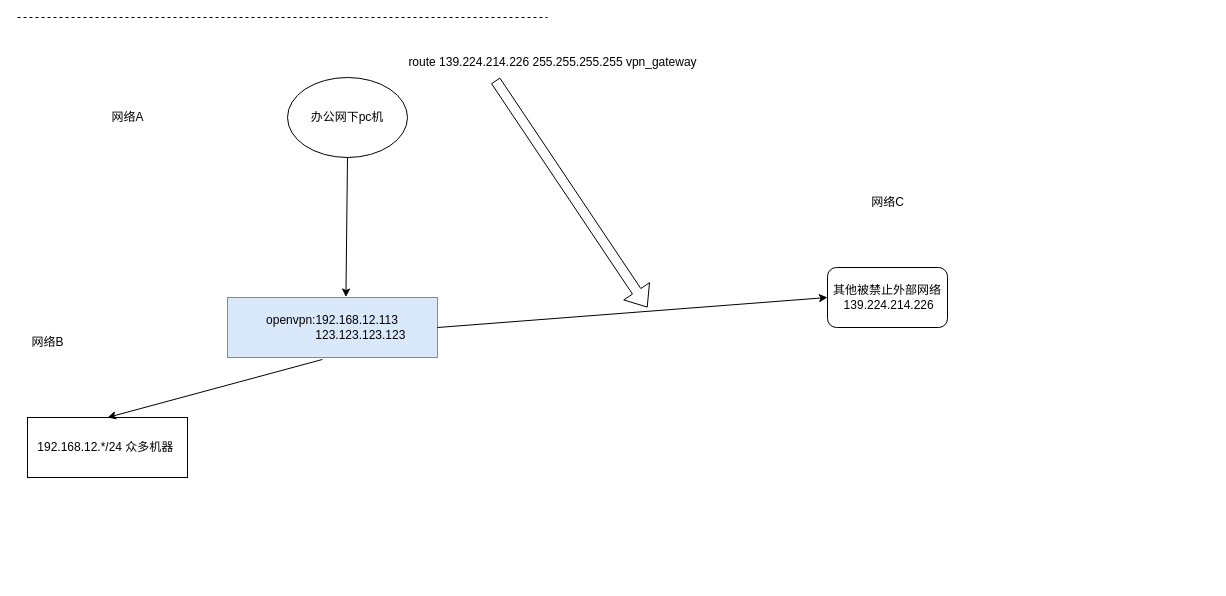
This is 跨地区打通网络图.drawio from HonyLiu/drawio-content, a draw.io file, before an edit. Source tidied: cells renumbered, new cells numbered last; positions are measured from the earlier drawing's top-left corner, leaving out a move shared by most shapes. Both pictures are drawn from the tidied source at 100%, with x=0, y=0 at pixel (17, 17).
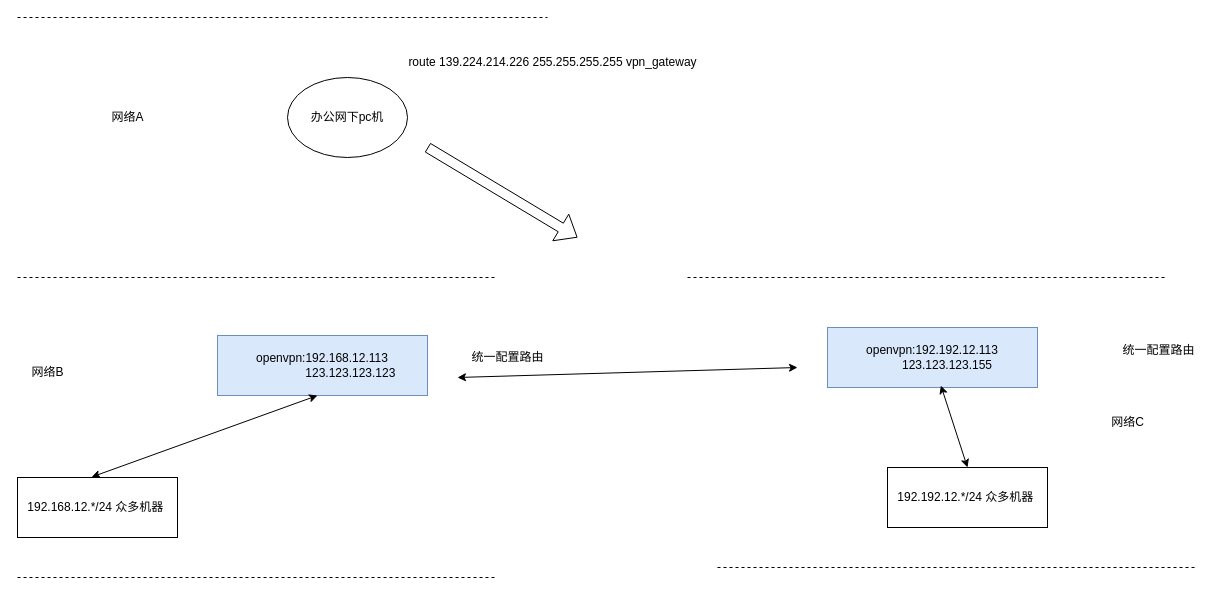
The same diagram, later.

Commit message (it also covers changes not shown here):
跨地区打通网络图.drawio

The change refers to these unchanged cells:
```xml
<mxCell id="3" value="办公网下pc机" style="ellipse;whiteSpace=wrap;html=1;" parent="1" vertex="1">
  <mxGeometry x="270" y="60" width="120" height="80" as="geometry" />
</mxCell>
<mxCell id="13" value="route&amp;nbsp;139.224.214.226&amp;nbsp;255.255.255.255 vpn_gateway" style="text;html=1;align=center;verticalAlign=middle;points=[];strokeColor=none;fillColor=none;" parent="1" vertex="1">
  <mxGeometry x="380" y="30" width="310" height="30" as="geometry" />
</mxCell>
```

Change to the diagram source:
```diff
@@
     <mxCell id="2" value="openvpn:192.168.12.113&lt;br&gt;&lt;span style=&quot;white-space: pre;&quot;&gt;&#9;&lt;/span&gt;&lt;span style=&quot;white-space: pre;&quot;&gt;&#9;&lt;/span&gt;&amp;nbsp;123.123.123.123" style="rounded=0;whiteSpace=wrap;html=1;fillColor=#dae8fc;strokeColor=#6c8ebf;" parent="1" vertex="1">
-      <mxGeometry x="210" y="280" width="210" height="60" as="geometry" />
+      <mxGeometry x="200" y="318" width="210" height="60" as="geometry" />
     </mxCell>
@@
     <mxCell id="4" value="192.168.12.*/24 众多机器&amp;nbsp;" style="rounded=0;whiteSpace=wrap;html=1;" parent="1" vertex="1">
-      <mxGeometry x="10" y="400" width="160" height="60" as="geometry" />
+      <mxGeometry y="460" width="160" height="60" as="geometry" />
     </mxCell>
-    <mxCell id="5" value="其他被禁止外部网络&lt;br&gt;&amp;nbsp;139.224.214.226" style="rounded=1;whiteSpace=wrap;html=1;" parent="1" vertex="1">
-      <mxGeometry x="810" y="250" width="120" height="60" as="geometry" />
-    </mxCell>
-    <mxCell id="6" style="endArrow=classic;html=1;rounded=0;entryX=0.564;entryY=-0.008;entryDx=0;entryDy=0;entryPerimeter=0;exitX=0.5;exitY=1;exitDx=0;exitDy=0;" parent="1" edge="1" source="3" target="2">
-      <mxGeometry relative="1" as="geometry" />
-    </mxCell>
@@
     <mxCell id="9" value="网络B" style="text;html=1;align=center;verticalAlign=middle;strokeColor=none;fillColor=none;" parent="1" vertex="1">
-      <mxGeometry y="310" width="60" height="30" as="geometry" />
+      <mxGeometry y="340" width="60" height="30" as="geometry" />
     </mxCell>
     <mxCell id="10" value="网络C" style="text;html=1;align=center;verticalAlign=middle;strokeColor=none;fillColor=none;" parent="1" vertex="1">
-      <mxGeometry x="840" y="170" width="60" height="30" as="geometry" />
+      <mxGeometry x="1080" y="390" width="60" height="30" as="geometry" />
     </mxCell>
-    <mxCell id="11" style="endArrow=classic;html=1;rounded=0;entryX=0.5;entryY=0;entryDx=0;entryDy=0;exitX=0.452;exitY=1.033;exitDx=0;exitDy=0;exitPerimeter=0;" parent="1" edge="1" source="2" target="4">
-      <mxGeometry relative="1" as="geometry" />
-    </mxCell>
-    <mxCell id="12" style="endArrow=classic;html=1;rounded=0;entryX=0;entryY=0.5;entryDx=0;entryDy=0;exitX=1;exitY=0.5;exitDx=0;exitDy=0;" parent="1" edge="1" source="2" target="5">
-      <mxGeometry relative="1" as="geometry" />
-    </mxCell>
@@
-    <mxCell id="14" style="shape=flexArrow;endArrow=classic;html=1;rounded=0;exitX=0.316;exitY=1.1;exitDx=0;exitDy=0;exitPerimeter=0;" parent="1" edge="1" source="13">
-      <mxGeometry relative="1" as="geometry">
-        <mxPoint x="630" y="290" as="targetPoint" />
-      </mxGeometry>
-    </mxCell>
+    <mxCell id="15" value="openvpn:192.192.12.113&lt;br&gt;&lt;span style=&quot;&quot;&gt;&lt;span style=&quot;white-space: pre;&quot;&gt;&amp;nbsp;&amp;nbsp;&amp;nbsp;&amp;nbsp;&lt;/span&gt;&lt;/span&gt;&lt;span style=&quot;&quot;&gt;&lt;span style=&quot;white-space: pre;&quot;&gt;&amp;nbsp;&amp;nbsp;&amp;nbsp;&amp;nbsp;&lt;/span&gt;&lt;/span&gt;&amp;nbsp;123.123.123.155" style="rounded=0;whiteSpace=wrap;html=1;fillColor=#dae8fc;strokeColor=#6c8ebf;" parent="1" vertex="1">
+      <mxGeometry x="810" y="310" width="210" height="60" as="geometry" />
+    </mxCell>
+    <mxCell id="16" value="192.192.12.*/24 众多机器&amp;nbsp;" style="rounded=0;whiteSpace=wrap;html=1;" parent="1" vertex="1">
+      <mxGeometry x="870" y="450" width="160" height="60" as="geometry" />
+    </mxCell>
+    <mxCell id="17" style="endArrow=none;dashed=1;html=1;rounded=0;" parent="1" edge="1">
+      <mxGeometry relative="1" as="geometry">
+        <mxPoint x="670" y="260" as="sourcePoint" />
+        <mxPoint x="1150" y="260" as="targetPoint" />
+      </mxGeometry>
+    </mxCell>
+    <mxCell id="18" value="统一配置路由" style="text;html=1;align=center;verticalAlign=middle;strokeColor=none;fillColor=none;" parent="1" vertex="1">
+      <mxGeometry x="440" y="325" width="100" height="30" as="geometry" />
+    </mxCell>
+    <mxCell id="19" value="统一配置路由" style="text;html=1;align=center;verticalAlign=middle;strokeColor=none;fillColor=none;" parent="1" vertex="1">
+      <mxGeometry x="1091" y="318" width="100" height="30" as="geometry" />
+    </mxCell>
+    <mxCell id="20" style="endArrow=none;dashed=1;html=1;rounded=0;" parent="1" edge="1">
+      <mxGeometry relative="1" as="geometry">
+        <mxPoint x="700" y="550" as="sourcePoint" />
+        <mxPoint x="1180" y="550" as="targetPoint" />
+      </mxGeometry>
+    </mxCell>
+    <mxCell id="21" style="endArrow=none;dashed=1;html=1;rounded=0;" parent="1" edge="1">
+      <mxGeometry relative="1" as="geometry">
+        <mxPoint y="560" as="sourcePoint" />
+        <mxPoint x="480" y="560" as="targetPoint" />
+      </mxGeometry>
+    </mxCell>
+    <mxCell id="22" style="endArrow=none;dashed=1;html=1;rounded=0;" parent="1" edge="1">
+      <mxGeometry relative="1" as="geometry">
+        <mxPoint y="260" as="sourcePoint" />
+        <mxPoint x="480" y="260" as="targetPoint" />
+      </mxGeometry>
+    </mxCell>
+    <mxCell id="23" style="shape=flexArrow;endArrow=classic;html=1;rounded=0;" parent="1" edge="1">
+      <mxGeometry relative="1" as="geometry">
+        <mxPoint x="410" y="130" as="sourcePoint" />
+        <mxPoint x="560" y="220" as="targetPoint" />
+      </mxGeometry>
+    </mxCell>
+    <mxCell id="24" style="endArrow=classic;startArrow=classic;html=1;rounded=0;" parent="1" edge="1">
+      <mxGeometry relative="1" as="geometry">
+        <mxPoint x="440" y="360" as="sourcePoint" />
+        <mxPoint x="780" y="350" as="targetPoint" />
+      </mxGeometry>
+    </mxCell>
+    <mxCell id="25" style="endArrow=classic;startArrow=classic;html=1;rounded=0;entryX=0.5;entryY=0;entryDx=0;entryDy=0;exitX=0.54;exitY=0.967;exitDx=0;exitDy=0;exitPerimeter=0;" parent="1" edge="1" source="15" target="16">
+      <mxGeometry relative="1" as="geometry" />
+    </mxCell>
+    <mxCell id="26" style="endArrow=classic;startArrow=classic;html=1;rounded=0;entryX=0.463;entryY=-0.008;entryDx=0;entryDy=0;exitX=0.54;exitY=0.967;exitDx=0;exitDy=0;exitPerimeter=0;entryPerimeter=0;" parent="1" edge="1" target="4">
+      <mxGeometry relative="1" as="geometry">
+        <mxPoint x="300" y="378" as="sourcePoint" />
+      </mxGeometry>
+    </mxCell>
```
